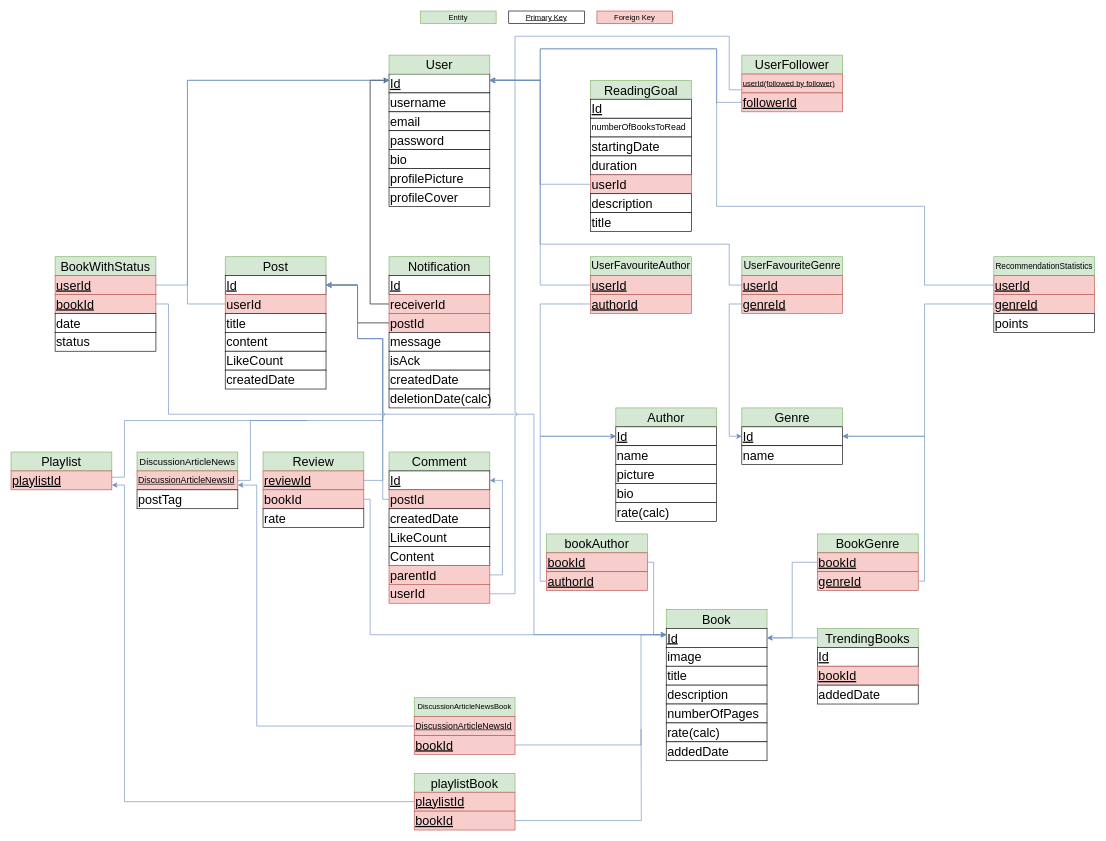
The draw.io diagram page "mapping digaram" (2 of 2) of diagrams.drawio in Yaqra/YaqraApi, before the edit. Source tidied: cells renumbered, new cells numbered last; positions are measured from the earlier drawing's top-left corner, leaving out a move shared by most shapes. Both pictures are drawn from the tidied source at 63%, with x=0, y=0 at pixel (11, 11).
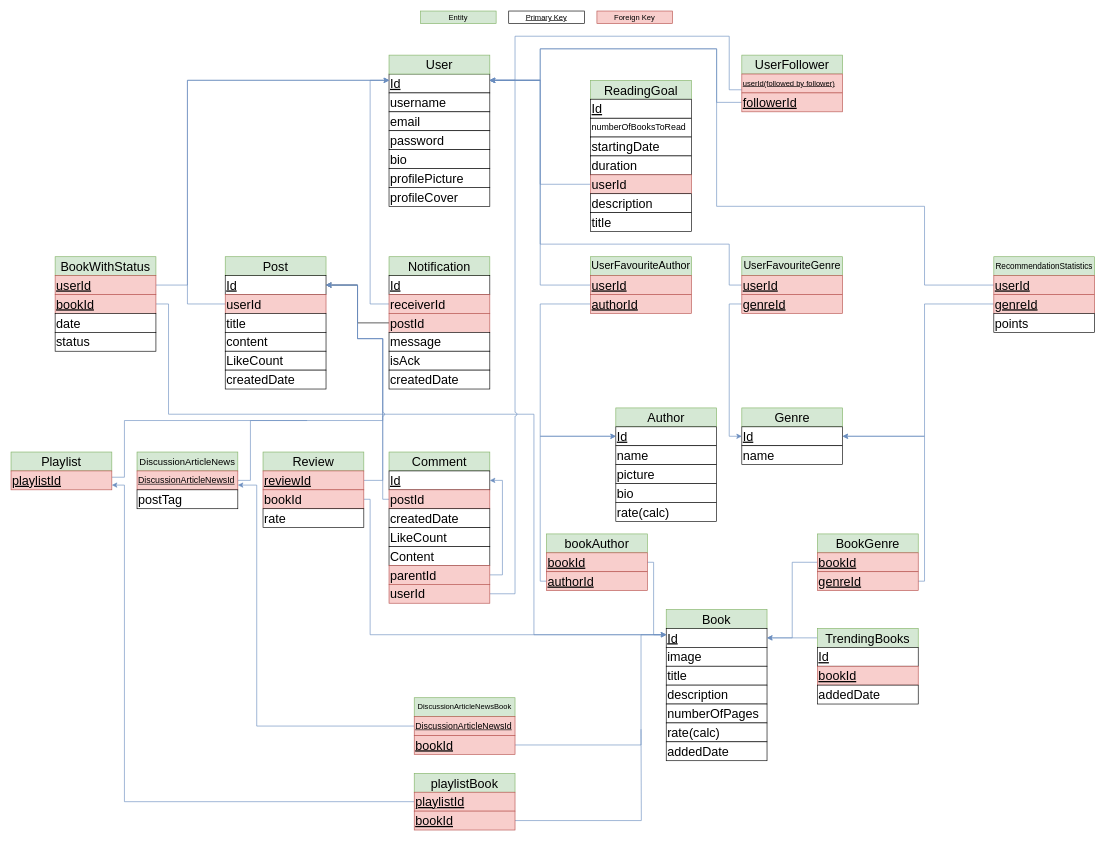
Above is the later version.

Unchanged cells that the change refers to:
```xml
<mxCell id="2" value="&lt;font style=&quot;font-size: 20px;&quot;&gt;&lt;u&gt;Id&lt;/u&gt;&lt;/font&gt;" style="rounded=0;whiteSpace=wrap;html=1;align=left;" parent="1" vertex="1">
  <mxGeometry x="600" y="100" width="160" height="30" as="geometry" />
</mxCell>
<mxCell id="31" value="&lt;span style=&quot;font-size: 20px;&quot;&gt;receiverId&lt;/span&gt;" style="rounded=0;whiteSpace=wrap;html=1;align=left;fillColor=#f8cecc;strokeColor=#b85450;" parent="1" vertex="1">
  <mxGeometry x="600" y="450" width="160" height="30" as="geometry" />
</mxCell>
```

The edit, as a diff of the source:
```diff
@@
-    <mxCell id="30" style="edgeStyle=orthogonalEdgeStyle;rounded=0;jettySize=auto;html=1;" parent="1" edge="1" source="31" target="2">
+    <mxCell id="30" style="edgeStyle=orthogonalEdgeStyle;rounded=0;jettySize=auto;html=1;fillColor=#dae8fc;strokeColor=#6c8ebf;" parent="1" edge="1" source="31" target="2">
       <mxGeometry relative="1" as="geometry">
         <Array as="points">
           <mxPoint x="570" y="465" />
           <mxPoint x="570" y="110" />
         </Array>
       </mxGeometry>
     </mxCell>
@@
-    <mxCell id="37" value="&lt;span style=&quot;font-size: 20px;&quot;&gt;deletionDate(calc)&lt;/span&gt;" style="rounded=0;whiteSpace=wrap;html=1;align=left;" parent="1" vertex="1">
-      <mxGeometry x="600" y="600" width="160" height="30" as="geometry" />
-    </mxCell>
```
